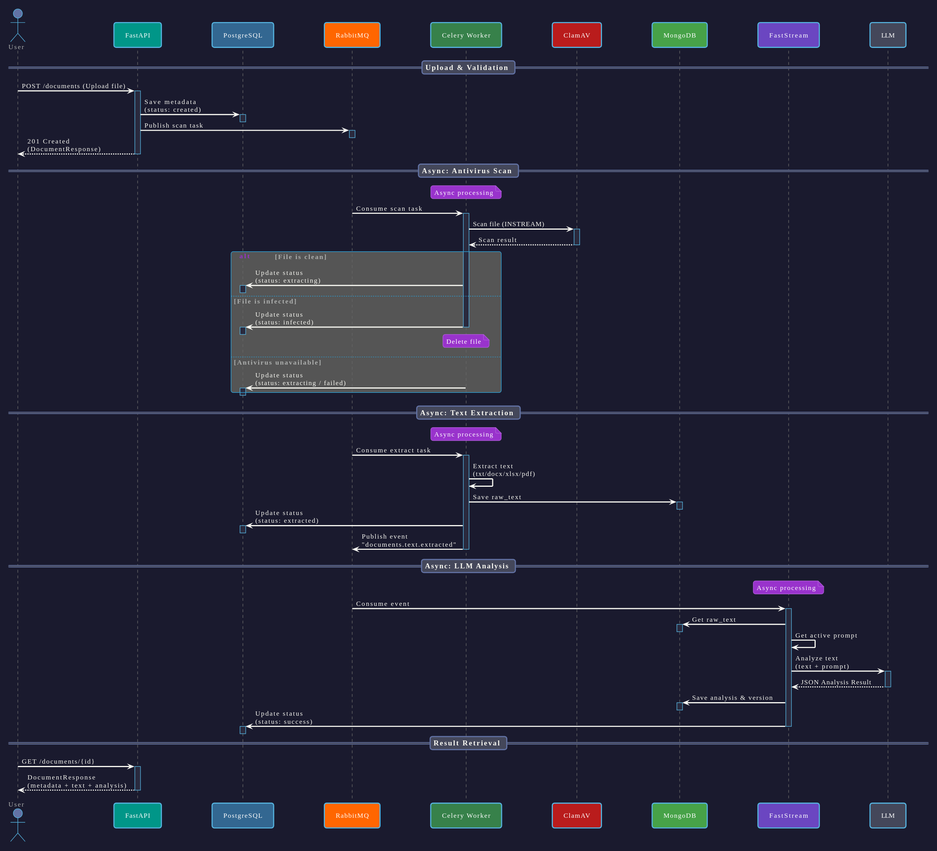
The PlantUML diagram docs/images/sequence.svg in SadLaboka/DocMind, before a commit.
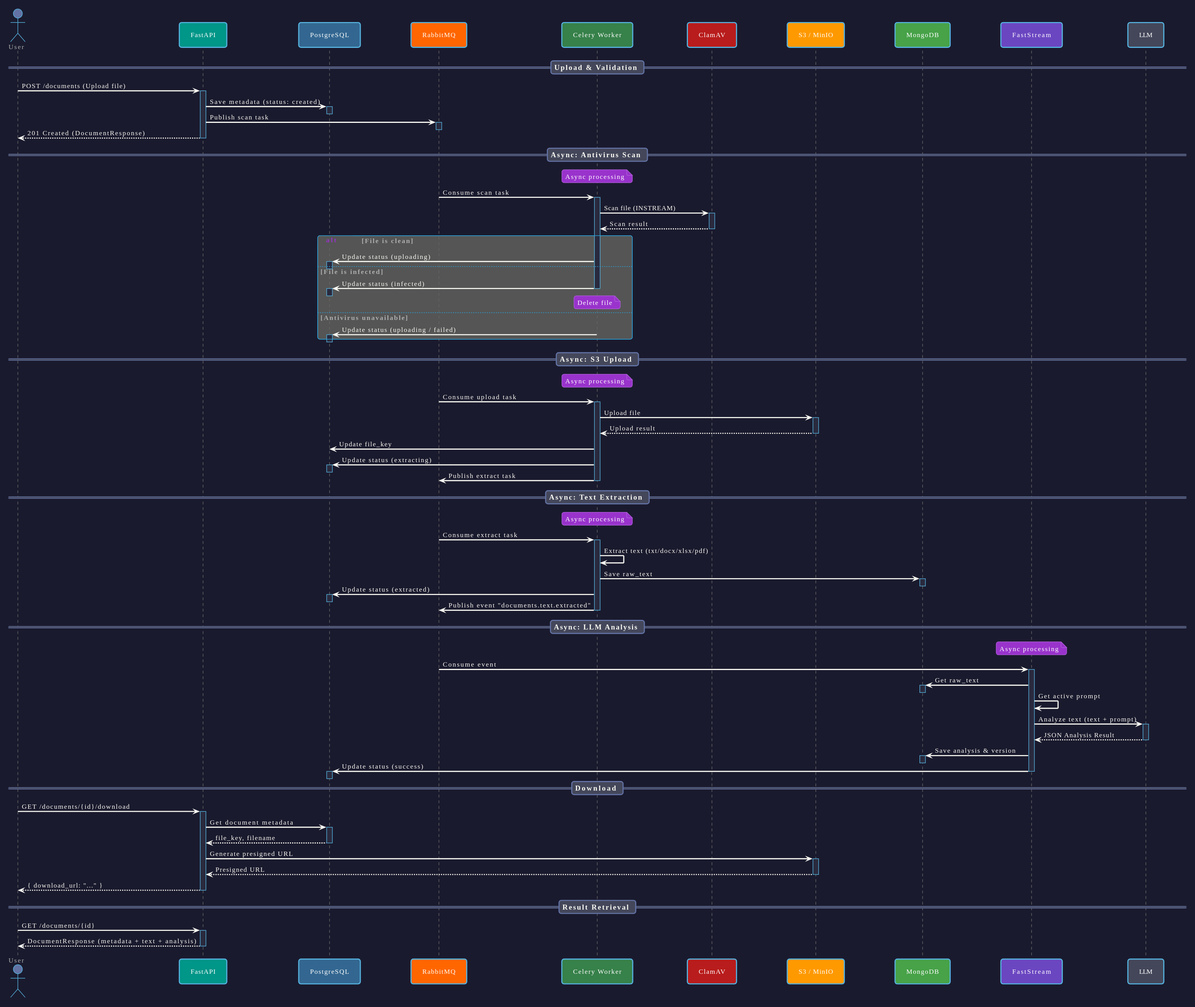
After the commit.

Diff of the diagram source:
```diff
@@ -6,7 +6,6 @@
 skinparam sequenceArrowThickness 2
 skinparam sequenceParticipantBorderThickness 2
 skinparam sequenceLifeLineBorderColor #555555
-
 skinparam sequence {
   ArrowColor #F8F8F2
   ArrowFontColor #F8F8F2
@@ -33,6 +32,7 @@
 participant "RabbitMQ" as RMQ #FF6600
 participant "Celery Worker" as Worker #37814A
 participant "ClamAV" as AV #B91C1C
+participant "S3 / MinIO" as S3 #FF9900
 participant "MongoDB" as Mongo #47A248
 participant "FastStream" as Stream #6B46C1
 participant "LLM" as LLM #44475A
@@ -40,13 +40,13 @@
 == Upload & Validation ==
 User -> API: POST /documents (Upload file)
 activate API
-API -> PG: Save metadata\n(status: created)
+API -> PG: Save metadata (status: created)
 activate PG
 deactivate PG
 API -> RMQ: Publish scan task
 activate RMQ
 deactivate RMQ
-API --> User: 201 Created\n(DocumentResponse)
+API --> User: 201 Created (DocumentResponse)
 deactivate API
 
 == Async: Antivirus Scan ==
@@ -57,35 +57,49 @@
 activate AV
 AV --> Worker: Scan result
 deactivate AV
-
 alt File is clean
-  Worker -> PG: Update status\n(status: extracting)
+  Worker -> PG: Update status (uploading)
   activate PG
   deactivate PG
 else File is infected
-  Worker -> PG: Update status\n(status: infected)
+  Worker -> PG: Update status (infected)
   activate PG
   deactivate PG
   note over Worker: Delete file
   deactivate Worker
 else Antivirus unavailable
-  Worker -> PG: Update status\n(status: extracting / failed)
+  Worker -> PG: Update status (uploading / failed)
   activate PG
   deactivate PG
 end
+
+== Async: S3 Upload ==
+note over Worker: Async processing
+RMQ -> Worker: Consume upload task
+activate Worker
+Worker -> S3: Upload file
+activate S3
+S3 --> Worker: Upload result
+deactivate S3
+Worker -> PG: Update file_key
+Worker -> PG: Update status (extracting)
+activate PG
+deactivate PG
+Worker -> RMQ: Publish extract task
+deactivate Worker
 
 == Async: Text Extraction ==
 note over Worker: Async processing
 RMQ -> Worker: Consume extract task
 activate Worker
-Worker -> Worker: Extract text\n(txt/docx/xlsx/pdf)
+Worker -> Worker: Extract text (txt/docx/xlsx/pdf)
 Worker -> Mongo: Save raw_text
 activate Mongo
 deactivate Mongo
-Worker -> PG: Update status\n(status: extracted)
+Worker -> PG: Update status (extracted)
 activate PG
 deactivate PG
-Worker -> RMQ: Publish event\n"documents.text.extracted"
+Worker -> RMQ: Publish event "documents.text.extracted"
 deactivate Worker
 
 == Async: LLM Analysis ==
@@ -96,21 +110,35 @@
 activate Mongo
 deactivate Mongo
 Stream -> Stream: Get active prompt
-Stream -> LLM: Analyze text\n(text + prompt)
+Stream -> LLM: Analyze text (text + prompt)
 activate LLM
 LLM --> Stream: JSON Analysis Result
 deactivate LLM
 Stream -> Mongo: Save analysis & version
 activate Mongo
 deactivate Mongo
-Stream -> PG: Update status\n(status: success)
+Stream -> PG: Update status (success)
 activate PG
 deactivate PG
 deactivate Stream
 
+== Download ==
+User -> API: GET /documents/{id}/download
+activate API
+API -> PG: Get document metadata
+activate PG
+PG --> API: file_key, filename
+deactivate PG
+API -> S3: Generate presigned URL
+activate S3
+S3 --> API: Presigned URL
+deactivate S3
+API --> User: { download_url: "..." }
+deactivate API
+
 == Result Retrieval ==
 User -> API: GET /documents/{id}
 activate API
-API --> User: DocumentResponse\n(metadata + text + analysis)
+API --> User: DocumentResponse (metadata + text + analysis)
 deactivate API
 @enduml
```
